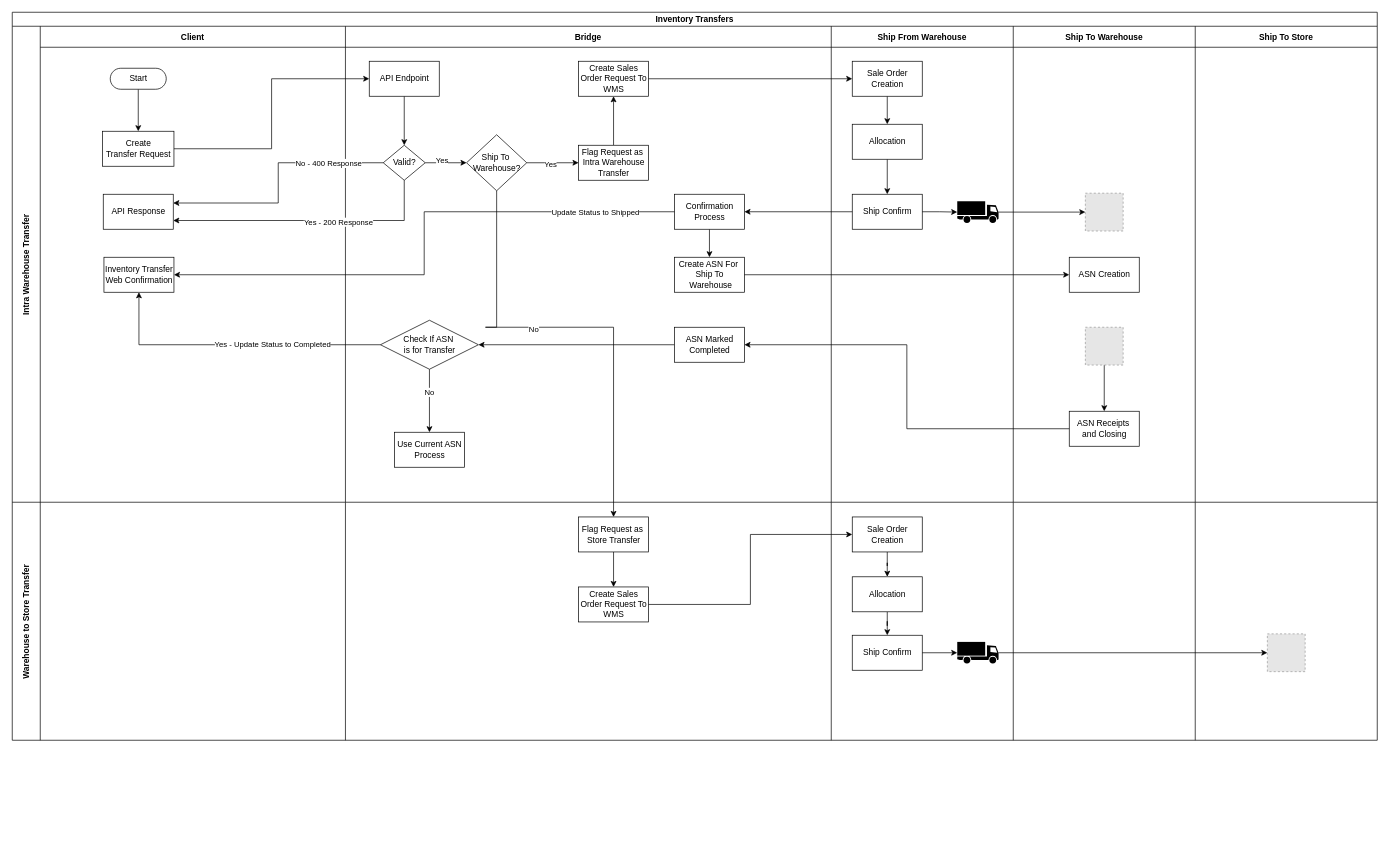
The draw.io diagram page "Data Flows" (2 of 3) of InventoryTransferFlows.drawio in campbelltravis/Workflows, before the edit. Source tidied: cells renumbered, new cells numbered last; positions are measured from the earlier drawing's top-left corner, leaving out a move shared by most shapes. Both pictures are drawn from the tidied source at 70%, with x=0, y=0 at pixel (12, 12). Pictures stored in the file or linked from it are replaced by grey dashed boxes.
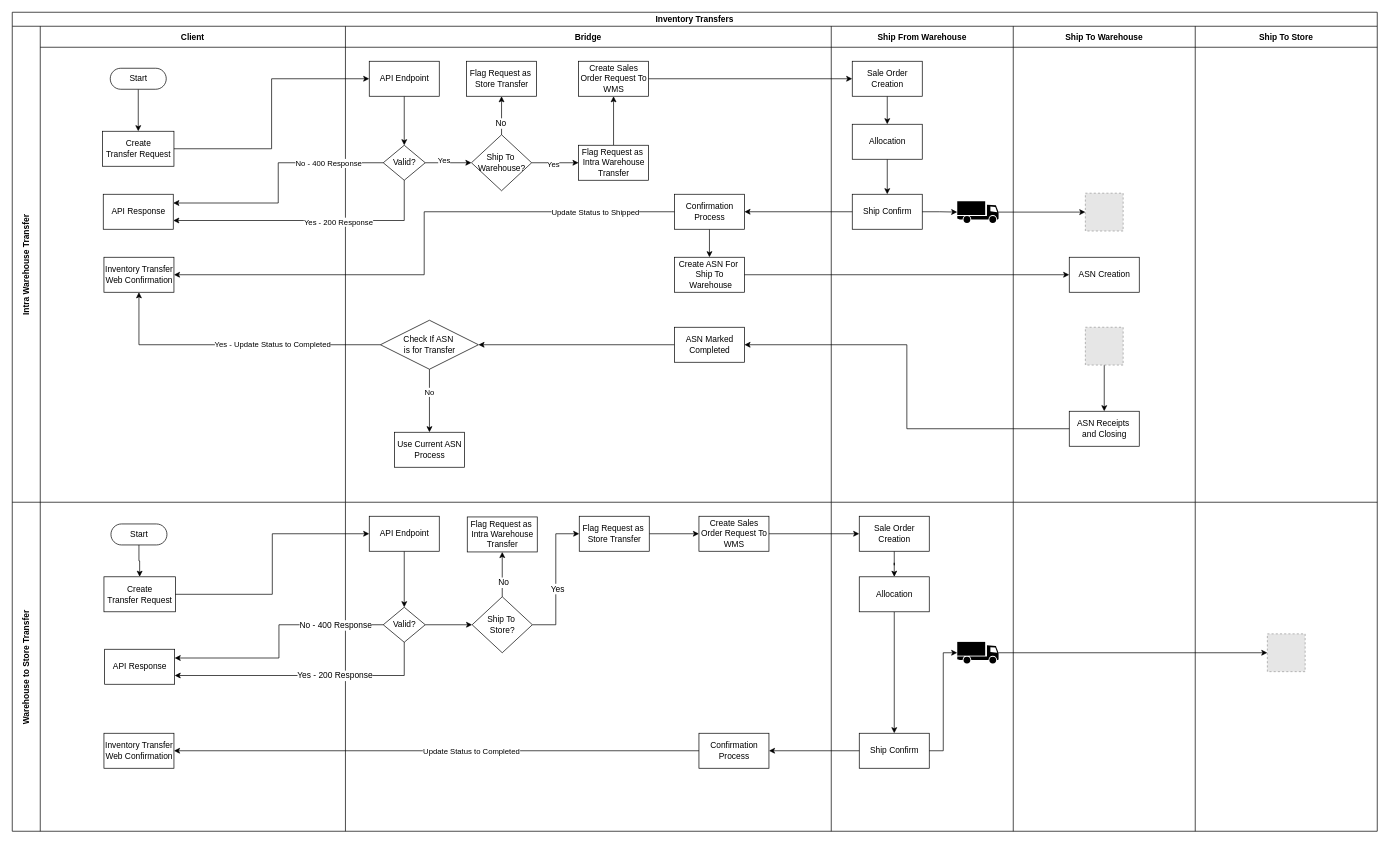
After the change.

Unchanged cells that the change refers to:
```xml
<mxCell id="10" value="Bridge" style="swimlane;swimlaneHead=0;swimlaneBody=0;fillColor=none;startSize=30;fontStyle=1;" parent="3" vertex="1">
  <mxGeometry x="476" width="694" height="680" as="geometry" />
</mxCell>
```

The edit, as a diff of the source:
```diff
@@
     <mxCell id="2" value="Inventory Transfers" style="shape=table;childLayout=tableLayout;startSize=20;fillColor=none;fontStyle=1;" parent="1" vertex="1">
-      <mxGeometry width="1950" height="1040" as="geometry" />
+      <mxGeometry width="1950" height="1170" as="geometry" />
     </mxCell>
@@
     <mxCell id="18" value="Ship To&amp;nbsp;&lt;br&gt;Warehouse?" style="shape=rhombus;html=1;dashed=0;whitespace=wrap;perimeter=rhombusPerimeter;" parent="10" vertex="1">
-      <mxGeometry x="173" y="155" width="86" height="80" as="geometry" />
+      <mxGeometry x="180" y="155" width="86" height="80" as="geometry" />
     </mxCell>
@@
+    <mxCell id="81" value="Flag Request as&amp;nbsp;&lt;br&gt;Store Transfer" style="html=1;dashed=0;whitespace=wrap;" parent="10" vertex="1">
+      <mxGeometry x="173" y="50" width="100" height="50" as="geometry" />
+    </mxCell>
+    <mxCell id="82" style="edgeStyle=orthogonalEdgeStyle;rounded=0;jettySize=auto;html=1;exitX=0.5;exitY=0;exitDx=0;exitDy=0;entryX=0.5;entryY=1;entryDx=0;entryDy=0;fontFamily=Helvetica;fontSize=12;fontColor=default;startSize=40;" parent="10" edge="1" source="18" target="81">
+      <mxGeometry relative="1" as="geometry" />
+    </mxCell>
+    <mxCell id="83" value="No" style="edgeLabel;html=1;align=center;verticalAlign=middle;fontSize=12;fontFamily=Helvetica;fontColor=default;" parent="82" vertex="1">
+      <mxGeometry x="-0.38" y="2" relative="1" as="geometry" />
+    </mxCell>
@@
     <mxCell id="60" value="Warehouse to Store Transfer" style="shape=tableRow;horizontal=0;swimlaneHead=0;swimlaneBody=0;top=0;left=0;bottom=0;right=0;fillColor=none;startSize=40;fontStyle=1;" parent="2" vertex="1">
-      <mxGeometry y="700" width="1950" height="340" as="geometry" />
+      <mxGeometry y="700" width="1950" height="470" as="geometry" />
     </mxCell>
     <mxCell id="61" style="swimlane;swimlaneHead=0;swimlaneBody=0;fillColor=none;startSize=0;fontStyle=1;" parent="60" vertex="1">
-      <mxGeometry x="40" width="436" height="340" as="geometry" />
+      <mxGeometry x="40" width="436" height="470" as="geometry" />
     </mxCell>
+    <mxCell id="84" style="edgeStyle=orthogonalEdgeStyle;rounded=0;jettySize=auto;html=1;exitX=0.5;exitY=0.5;exitDx=0;exitDy=15;exitPerimeter=0;fontFamily=Helvetica;fontSize=12;fontColor=default;startSize=40;" parent="61" edge="1" source="85" target="86">
+      <mxGeometry relative="1" as="geometry" />
+    </mxCell>
+    <mxCell id="85" value="Start" style="html=1;dashed=0;whitespace=wrap;shape=mxgraph.dfd.start;" parent="61" vertex="1">
+      <mxGeometry x="101" y="31" width="80" height="30" as="geometry" />
+    </mxCell>
+    <mxCell id="86" value="Create &lt;br&gt;Transfer Request" style="html=1;dashed=0;whitespace=wrap;align=center;" parent="61" vertex="1">
+      <mxGeometry x="91" y="106.5" width="102" height="50" as="geometry" />
+    </mxCell>
+    <mxCell id="87" value="API Response" style="html=1;dashed=0;whitespace=wrap;" parent="61" vertex="1">
+      <mxGeometry x="92" y="210" width="100" height="50" as="geometry" />
+    </mxCell>
+    <mxCell id="88" value="Inventory Transfer&lt;br&gt;Web Confirmation" style="html=1;dashed=0;whitespace=wrap;" parent="61" vertex="1">
+      <mxGeometry x="91" y="330" width="100" height="50" as="geometry" />
+    </mxCell>
     <mxCell id="62" style="swimlane;swimlaneHead=0;swimlaneBody=0;fillColor=none;startSize=0;fontStyle=1;" parent="60" vertex="1">
-      <mxGeometry x="476" width="694" height="340" as="geometry" />
+      <mxGeometry x="476" width="694" height="470" as="geometry" />
     </mxCell>
     <mxCell id="63" value="Create Sales&lt;br&gt;Order Request To&lt;br&gt;WMS" style="html=1;dashed=0;whitespace=wrap;" parent="62" vertex="1">
-      <mxGeometry x="333" y="121" width="100" height="50" as="geometry" />
+      <mxGeometry x="505" y="20" width="100" height="50" as="geometry" />
     </mxCell>
-    <mxCell id="64" style="edgeStyle=orthogonalEdgeStyle;rounded=0;jettySize=auto;html=1;exitX=0.5;exitY=1;exitDx=0;exitDy=0;" parent="62" edge="1" source="65" target="63">
+    <mxCell id="64" style="edgeStyle=orthogonalEdgeStyle;rounded=0;jettySize=auto;html=1;exitX=1;exitY=0.5;exitDx=0;exitDy=0;entryX=0;entryY=0.5;entryDx=0;entryDy=0;fontFamily=Helvetica;fontSize=12;fontColor=default;startSize=40;" parent="62" edge="1" source="65" target="63">
       <mxGeometry relative="1" as="geometry" />
     </mxCell>
     <mxCell id="65" value="Flag Request as&amp;nbsp;&lt;br&gt;Store Transfer" style="html=1;dashed=0;whitespace=wrap;" parent="62" vertex="1">
-      <mxGeometry x="333" y="21" width="100" height="50" as="geometry" />
+      <mxGeometry x="334" y="20" width="100" height="50" as="geometry" />
     </mxCell>
+    <mxCell id="89" style="edgeStyle=orthogonalEdgeStyle;rounded=0;jettySize=auto;html=1;exitX=0.5;exitY=1;exitDx=0;exitDy=0;fontFamily=Helvetica;fontSize=12;fontColor=default;startSize=40;" parent="62" edge="1" source="90" target="92">
+      <mxGeometry relative="1" as="geometry" />
+    </mxCell>
+    <mxCell id="90" value="API Endpoint" style="html=1;dashed=0;whitespace=wrap;" parent="62" vertex="1">
+      <mxGeometry x="34" y="20" width="100" height="50" as="geometry" />
+    </mxCell>
+    <mxCell id="91" style="edgeStyle=orthogonalEdgeStyle;rounded=0;jettySize=auto;html=1;exitX=1;exitY=0.5;exitDx=0;exitDy=0;fontFamily=Helvetica;fontSize=12;fontColor=default;startSize=40;" parent="62" edge="1" source="92" target="95">
+      <mxGeometry relative="1" as="geometry" />
+    </mxCell>
+    <mxCell id="92" value="Valid?" style="shape=rhombus;html=1;dashed=0;whitespace=wrap;perimeter=rhombusPerimeter;" parent="62" vertex="1">
+      <mxGeometry x="54" y="150" width="60" height="50" as="geometry" />
+    </mxCell>
+    <mxCell id="93" style="edgeStyle=orthogonalEdgeStyle;rounded=0;jettySize=auto;html=1;exitX=1;exitY=0.5;exitDx=0;exitDy=0;entryX=0;entryY=0.5;entryDx=0;entryDy=0;fontFamily=Helvetica;fontSize=12;fontColor=default;startSize=40;" parent="62" edge="1" source="95" target="65">
+      <mxGeometry relative="1" as="geometry" />
+    </mxCell>
+    <mxCell id="94" value="Yes" style="edgeLabel;html=1;align=center;verticalAlign=middle;fontSize=12;fontFamily=Helvetica;fontColor=default;" parent="93" vertex="1">
+      <mxGeometry x="-0.14" y="-2" relative="1" as="geometry" />
+    </mxCell>
+    <mxCell id="95" value="Ship To&amp;nbsp;&lt;br&gt;Store?" style="shape=rhombus;html=1;dashed=0;whitespace=wrap;perimeter=rhombusPerimeter;" parent="62" vertex="1">
+      <mxGeometry x="181" y="135" width="86" height="80" as="geometry" />
+    </mxCell>
+    <mxCell id="96" value="Flag Request as&amp;nbsp;&lt;br&gt;Intra Warehouse&lt;br&gt;Transfer" style="html=1;dashed=0;whitespace=wrap;" parent="62" vertex="1">
+      <mxGeometry x="174" y="21" width="100" height="50" as="geometry" />
+    </mxCell>
+    <mxCell id="97" style="edgeStyle=orthogonalEdgeStyle;rounded=0;jettySize=auto;html=1;exitX=0.5;exitY=0;exitDx=0;exitDy=0;fontFamily=Helvetica;fontSize=12;fontColor=default;startSize=40;" parent="62" edge="1" source="95" target="96">
+      <mxGeometry relative="1" as="geometry" />
+    </mxCell>
+    <mxCell id="98" value="No" style="edgeLabel;html=1;align=center;verticalAlign=middle;fontSize=12;fontFamily=Helvetica;fontColor=default;" parent="97" vertex="1">
+      <mxGeometry x="-0.35" y="-1" relative="1" as="geometry" />
+    </mxCell>
+    <mxCell id="99" value="Confirmation&lt;br&gt;Process" style="html=1;dashed=0;whitespace=wrap;" parent="62" vertex="1">
+      <mxGeometry x="505" y="330" width="100" height="50" as="geometry" />
+    </mxCell>
     <mxCell id="66" style="swimlane;swimlaneHead=0;swimlaneBody=0;fillColor=none;startSize=0;fontStyle=1;" parent="60" vertex="1">
-      <mxGeometry x="1170" width="260" height="340" as="geometry" />
+      <mxGeometry x="1170" width="260" height="470" as="geometry" />
     </mxCell>
@@
     <mxCell id="68" value="Sale Order&lt;br&gt;Creation" style="html=1;dashed=0;whitespace=wrap;" parent="66" vertex="1">
-      <mxGeometry x="30" y="21" width="100" height="50" as="geometry" />
+      <mxGeometry x="40" y="20" width="100" height="50" as="geometry" />
     </mxCell>
@@
     <mxCell id="70" value="Allocation" style="html=1;dashed=0;whitespace=wrap;" parent="66" vertex="1">
-      <mxGeometry x="30" y="106.5" width="100" height="50" as="geometry" />
+      <mxGeometry x="40" y="106.5" width="100" height="50" as="geometry" />
     </mxCell>
     <mxCell id="71" value="Ship Confirm" style="html=1;dashed=0;whitespace=wrap;" parent="66" vertex="1">
-      <mxGeometry x="30" y="190" width="100" height="50" as="geometry" />
+      <mxGeometry x="40" y="330" width="100" height="50" as="geometry" />
     </mxCell>
@@
     <mxCell id="74" style="swimlane;swimlaneHead=0;swimlaneBody=0;fillColor=none;startSize=0;fontStyle=1;" parent="60" vertex="1">
-      <mxGeometry x="1430" width="260" height="340" as="geometry" />
+      <mxGeometry x="1430" width="260" height="470" as="geometry" />
     </mxCell>
     <mxCell id="75" style="swimlane;swimlaneHead=0;swimlaneBody=0;fillColor=none;startSize=0;fontStyle=1;" parent="60" vertex="1">
-      <mxGeometry x="1690" width="260" height="340" as="geometry" />
+      <mxGeometry x="1690" width="260" height="470" as="geometry" />
     </mxCell>
@@
-    <mxCell id="79" style="edgeStyle=orthogonalEdgeStyle;rounded=0;jettySize=auto;html=1;exitX=0.5;exitY=1;exitDx=0;exitDy=0;entryX=0.5;entryY=0;entryDx=0;entryDy=0;" parent="2" edge="1" source="18" target="65">
-      <mxGeometry relative="1" as="geometry">
-        <Array as="points">
-          <mxPoint x="676" y="450" />
-          <mxPoint x="843" y="450" />
-        </Array>
-      </mxGeometry>
-    </mxCell>
-    <mxCell id="80" value="No" style="edgeLabel;html=1;align=center;verticalAlign=middle;" parent="79" vertex="1">
-      <mxGeometry x="-0.16" y="-1" relative="1" as="geometry">
-        <mxPoint y="1" as="offset" />
-      </mxGeometry>
-    </mxCell>
+    <mxCell id="100" style="edgeStyle=orthogonalEdgeStyle;rounded=0;jettySize=auto;html=1;exitX=1;exitY=0.5;exitDx=0;exitDy=0;entryX=0;entryY=0.5;entryDx=0;entryDy=0;fontFamily=Helvetica;fontSize=12;fontColor=default;startSize=40;" parent="60" edge="1" source="86" target="90">
+      <mxGeometry relative="1" as="geometry" />
+    </mxCell>
+    <mxCell id="101" style="edgeStyle=orthogonalEdgeStyle;rounded=0;jettySize=auto;html=1;exitX=0;exitY=0.5;exitDx=0;exitDy=0;entryX=1;entryY=0.25;entryDx=0;entryDy=0;fontFamily=Helvetica;fontSize=12;fontColor=default;startSize=40;" parent="60" edge="1" source="92" target="87">
+      <mxGeometry relative="1" as="geometry" />
+    </mxCell>
+    <mxCell id="102" value="No - 400 Response" style="edgeLabel;html=1;align=center;verticalAlign=middle;fontSize=12;fontFamily=Helvetica;fontColor=default;" parent="101" vertex="1">
+      <mxGeometry x="-0.41" relative="1" as="geometry">
+        <mxPoint x="33" as="offset" />
+      </mxGeometry>
+    </mxCell>
+    <mxCell id="103" style="edgeStyle=orthogonalEdgeStyle;rounded=0;jettySize=auto;html=1;exitX=0.5;exitY=1;exitDx=0;exitDy=0;entryX=1;entryY=0.75;entryDx=0;entryDy=0;fontFamily=Helvetica;fontSize=12;fontColor=default;startSize=40;" parent="60" edge="1" source="92" target="87">
+      <mxGeometry relative="1" as="geometry" />
+    </mxCell>
+    <mxCell id="104" value="Yes - 200 Response" style="edgeLabel;html=1;align=center;verticalAlign=middle;fontSize=12;fontFamily=Helvetica;fontColor=default;" parent="103" vertex="1">
+      <mxGeometry x="-0.01" relative="1" as="geometry">
+        <mxPoint x="39" as="offset" />
+      </mxGeometry>
+    </mxCell>
+    <mxCell id="105" style="edgeStyle=orthogonalEdgeStyle;rounded=0;jettySize=auto;html=1;exitX=0;exitY=0.5;exitDx=0;exitDy=0;entryX=1;entryY=0.5;entryDx=0;entryDy=0;" parent="60" edge="1" source="99" target="88">
+      <mxGeometry relative="1" as="geometry" />
+    </mxCell>
+    <mxCell id="106" value="Update Status to Completed" style="edgeLabel;html=1;align=center;verticalAlign=middle;" parent="105" vertex="1">
+      <mxGeometry x="-0.58" y="2" relative="1" as="geometry">
+        <mxPoint x="-168" y="-2" as="offset" />
+      </mxGeometry>
+    </mxCell>
+    <mxCell id="107" style="edgeStyle=orthogonalEdgeStyle;rounded=0;jettySize=auto;html=1;exitX=0;exitY=0.5;exitDx=0;exitDy=0;fontFamily=Helvetica;fontSize=12;fontColor=default;startSize=40;" parent="60" edge="1" source="71" target="99">
+      <mxGeometry relative="1" as="geometry" />
+    </mxCell>
```
